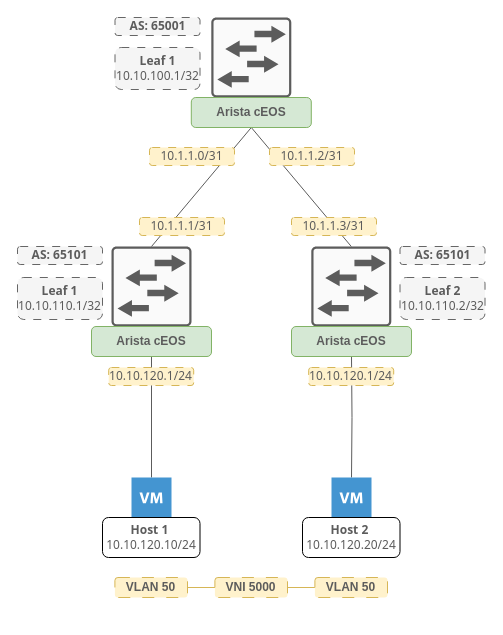
This is documentation/assets/images/diagrams/VXLAN.drawio from damienarnodo/VXLAN-EVPN, a draw.io file, before an edit. Source tidied: cells renumbered, new cells numbered last; positions are measured from the earlier drawing's top-left corner, leaving out a move shared by most shapes. Both pictures are drawn from the tidied source at 100%, with x=0, y=0 at pixel (17, 17).
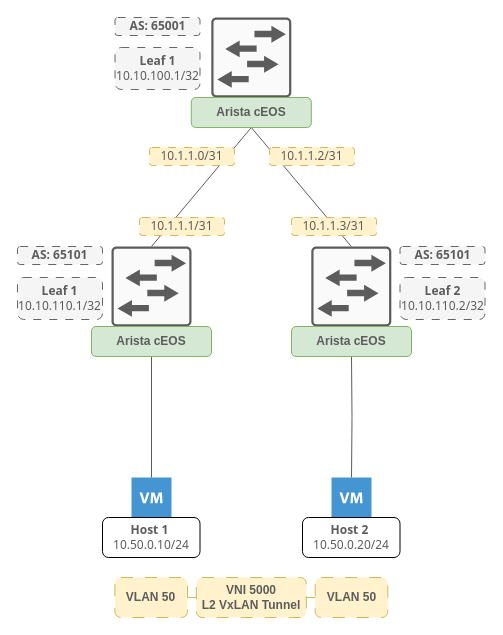
The same page after the edit.

The edit, as a diff of the source:
```diff
@@
-    <mxCell id="14" value="&lt;div style=&quot;&quot;&gt;&lt;font face=&quot;Tahoma&quot; color=&quot;#5c5c5c&quot;&gt;&lt;b&gt;Host 1&amp;nbsp;&lt;/b&gt;&lt;/font&gt;&lt;/div&gt;&lt;div style=&quot;&quot;&gt;&lt;font face=&quot;Tahoma&quot; color=&quot;#5c5c5c&quot;&gt;10.10.120.10/24&lt;/font&gt;&lt;/div&gt;" style="rounded=1;whiteSpace=wrap;html=1;align=center;" parent="1" vertex="1">
+    <mxCell id="14" value="&lt;div style=&quot;&quot;&gt;&lt;font face=&quot;Tahoma&quot; color=&quot;#5c5c5c&quot;&gt;&lt;b&gt;Host 1&amp;nbsp;&lt;/b&gt;&lt;/font&gt;&lt;/div&gt;&lt;div style=&quot;&quot;&gt;&lt;font face=&quot;Tahoma&quot; color=&quot;#5c5c5c&quot;&gt;10.50.0.10/24&lt;/font&gt;&lt;/div&gt;" style="rounded=1;whiteSpace=wrap;html=1;align=center;" parent="1" vertex="1">
       <mxGeometry x="85" y="500" width="97.5" height="40" as="geometry" />
     </mxCell>
-    <mxCell id="15" value="&lt;div style=&quot;&quot;&gt;&lt;font face=&quot;Tahoma&quot; color=&quot;#5c5c5c&quot;&gt;&lt;b&gt;Host 2&amp;nbsp;&lt;/b&gt;&lt;/font&gt;&lt;/div&gt;&lt;div style=&quot;&quot;&gt;&lt;font face=&quot;Tahoma&quot; color=&quot;#5c5c5c&quot;&gt;10.10.120.20/24&lt;/font&gt;&lt;/div&gt;" style="rounded=1;whiteSpace=wrap;html=1;align=center;" parent="1" vertex="1">
+    <mxCell id="15" value="&lt;div style=&quot;&quot;&gt;&lt;font face=&quot;Tahoma&quot; color=&quot;#5c5c5c&quot;&gt;&lt;b&gt;Host 2&amp;nbsp;&lt;/b&gt;&lt;/font&gt;&lt;/div&gt;&lt;div style=&quot;&quot;&gt;&lt;font face=&quot;Tahoma&quot; color=&quot;#5c5c5c&quot;&gt;10.50.0.20/24&lt;/font&gt;&lt;/div&gt;" style="rounded=1;whiteSpace=wrap;html=1;align=center;" parent="1" vertex="1">
       <mxGeometry x="285" y="500" width="97.5" height="40" as="geometry" />
     </mxCell>
@@
-    <mxCell id="18" value="&lt;font color=&quot;#5c5c5c&quot;&gt;&lt;b&gt;VNI 5000&lt;/b&gt;&lt;/font&gt;" style="rounded=1;whiteSpace=wrap;html=1;fillColor=#fff2cc;strokeColor=#d6b656;dashed=1;dashPattern=12 12;" parent="1" vertex="1">
-      <mxGeometry x="197.4" y="560" width="72.6" height="20" as="geometry" />
+    <mxCell id="18" value="&lt;font color=&quot;#5c5c5c&quot;&gt;&lt;b&gt;VNI 5000&lt;br&gt;L2 VxLAN Tunnel&lt;br&gt;&lt;/b&gt;&lt;/font&gt;" style="rounded=1;whiteSpace=wrap;html=1;fillColor=#fff2cc;strokeColor=#d6b656;dashed=1;dashPattern=12 12;" parent="1" vertex="1">
+      <mxGeometry x="178.8" y="560" width="110" height="40" as="geometry" />
     </mxCell>
-    <mxCell id="19" style="edgeStyle=orthogonalEdgeStyle;rounded=0;jettySize=auto;html=1;endArrow=none;endFill=0;fillColor=#fff2cc;strokeColor=#d6b656;" parent="1" edge="1" source="20" target="18">
+    <mxCell id="19" style="edgeStyle=none;html=1;exitX=1;exitY=0.5;exitDx=0;exitDy=0;entryX=0;entryY=0.5;entryDx=0;entryDy=0;strokeColor=#d6b656;endArrow=none;endFill=0;" parent="1" edge="1" source="20" target="18">
       <mxGeometry relative="1" as="geometry" />
     </mxCell>
     <mxCell id="20" value="&lt;font color=&quot;#5c5c5c&quot;&gt;&lt;b&gt;VLAN 50&lt;/b&gt;&lt;/font&gt;" style="rounded=1;whiteSpace=wrap;html=1;fillColor=#fff2cc;strokeColor=#d6b656;dashed=1;dashPattern=12 12;" parent="1" vertex="1">
-      <mxGeometry x="97.4" y="560" width="72.6" height="20" as="geometry" />
+      <mxGeometry x="97.4" y="560" width="72.6" height="40" as="geometry" />
     </mxCell>
     <mxCell id="21" value="&lt;font color=&quot;#5c5c5c&quot;&gt;&lt;b&gt;VLAN 50&lt;/b&gt;&lt;/font&gt;" style="rounded=1;whiteSpace=wrap;html=1;fillColor=#fff2cc;strokeColor=#d6b656;dashed=1;dashPattern=12 12;" parent="1" vertex="1">
-      <mxGeometry x="297.4" y="560" width="72.6" height="20" as="geometry" />
+      <mxGeometry x="297.7" y="560" width="72.6" height="40" as="geometry" />
     </mxCell>
@@
-    <mxCell id="31" value="&lt;div style=&quot;&quot;&gt;&lt;font face=&quot;Tahoma&quot; color=&quot;#5c5c5c&quot;&gt;10.10.120.1/24&lt;/font&gt;&lt;/div&gt;" style="rounded=1;whiteSpace=wrap;html=1;align=center;fillColor=#fff2cc;strokeColor=#d6b656;dashed=1;dashPattern=8 8;" parent="1" vertex="1">
-      <mxGeometry x="91.2" y="350" width="85" height="18" as="geometry" />
-    </mxCell>
-    <mxCell id="32" value="&lt;div style=&quot;&quot;&gt;&lt;font face=&quot;Tahoma&quot; color=&quot;#5c5c5c&quot;&gt;10.10.120.1/24&lt;/font&gt;&lt;/div&gt;" style="rounded=1;whiteSpace=wrap;html=1;align=center;fillColor=#fff2cc;strokeColor=#d6b656;dashed=1;dashPattern=8 8;" parent="1" vertex="1">
-      <mxGeometry x="291.2" y="350" width="85" height="18" as="geometry" />
-    </mxCell>
```
